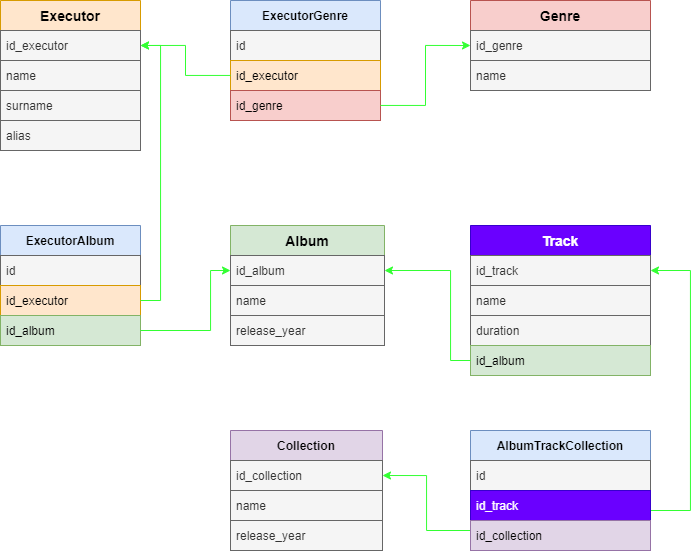
Earlier version of the draw.io export shema_db.png (bas27/hw_db_fpy46). Source tidied: cells renumbered, new cells last; positions are measured from the earlier drawing's top-left corner, leaving out a move shared by most shapes.
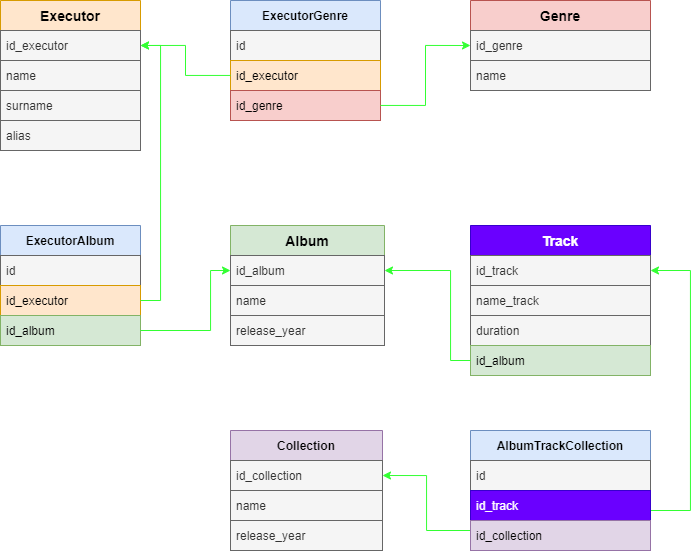
The same diagram one commit later.

Change to the diagram source:
```diff
@@ -35,7 +35,7 @@
     <mxCell id="12" value="id_track" style="text;strokeColor=#666666;fillColor=#f5f5f5;align=left;verticalAlign=middle;spacingLeft=4;spacingRight=4;overflow=hidden;points=[[0,0.5],[1,0.5]];portConstraint=eastwest;fontColor=#333333;" parent="11" vertex="1">
       <mxGeometry y="30" width="180" height="30" as="geometry" />
     </mxCell>
-    <mxCell id="13" value="name" style="text;strokeColor=#666666;fillColor=#f5f5f5;align=left;verticalAlign=middle;spacingLeft=4;spacingRight=4;overflow=hidden;fontColor=#333333;" parent="11" vertex="1">
+    <mxCell id="13" value="name_track" style="text;strokeColor=#666666;fillColor=#f5f5f5;align=left;verticalAlign=middle;spacingLeft=4;spacingRight=4;overflow=hidden;fontColor=#333333;" parent="11" vertex="1">
       <mxGeometry y="60" width="180" height="30" as="geometry" />
     </mxCell>
     <mxCell id="14" value="duration" style="text;strokeColor=#666666;fillColor=#f5f5f5;align=left;verticalAlign=middle;spacingLeft=4;spacingRight=4;overflow=hidden;fontColor=#333333;" parent="11" vertex="1">
```
